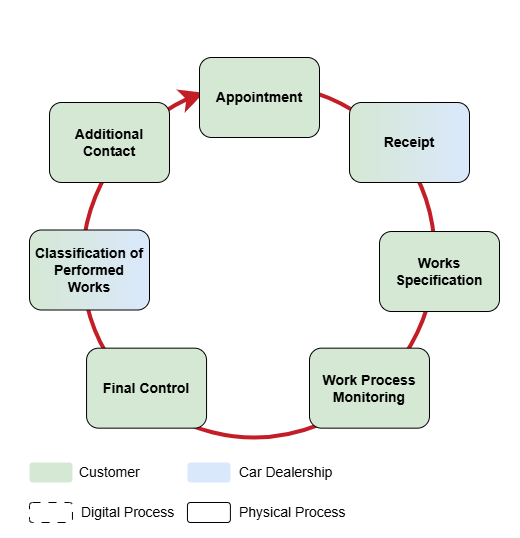
The draw.io diagram pictures/Lifecycle Aftersales previous.png in JoelRai07/Digital-Twins-and-PdM, before a commit. Source tidied: cells renumbered, new cells last; positions are measured from the earlier drawing's top-left corner, leaving out a move shared by most shapes. Its diagram source:
```xml
<mxGraphModel>
  <root>
    <mxCell id="0" />
    <mxCell id="1" parent="0" />
    <mxCell id="2" style="rounded=0;whiteSpace=wrap;html=1;strokeColor=none;" parent="1" vertex="1">
      <mxGeometry width="490" height="230" as="geometry" />
    </mxCell>
    <mxCell id="3" style="shape=mxgraph.basic.arc;html=1;startAngle=0.3;endAngle=0.1;endArrow=none;endFill=0;direction=south;rotation=-180;startSize=12;endSize=12;strokeWidth=4;strokeColor=#C31E27;" parent="1" vertex="1">
      <mxGeometry x="67.1" y="37.2" width="350" height="353.7" as="geometry" />
    </mxCell>
    <mxCell id="4" style="rounded=0;whiteSpace=wrap;html=1;strokeColor=none;" parent="1" vertex="1">
      <mxGeometry y="110" width="490" height="380" as="geometry" />
    </mxCell>
    <mxCell id="5" style="shape=mxgraph.basic.arc;html=1;startAngle=0.3;endAngle=0.1;endArrow=classic;endFill=1;direction=south;rotation=-145;startSize=12;endSize=12;strokeWidth=4;strokeColor=#C31E27;" parent="1" vertex="1">
      <mxGeometry x="57.5" y="25.7" width="365" height="375" as="geometry" />
    </mxCell>
    <mxCell id="6" value="&lt;b&gt;&lt;font style=&quot;font-size: 14px;&quot;&gt;Appointment&lt;/font&gt;&lt;/b&gt;" style="rounded=1;whiteSpace=wrap;html=1;strokeColor=default;fillColor=#d5e8d4;" parent="1" vertex="1">
      <mxGeometry x="180" y="10" width="120" height="80" as="geometry" />
    </mxCell>
    <mxCell id="7" value="&lt;b style=&quot;color: light-dark(rgb(0, 0, 0), rgb(237, 237, 237));&quot;&gt;&lt;font style=&quot;font-size: 14px;&quot;&gt;Receipt&lt;/font&gt;&lt;/b&gt;" style="rounded=1;whiteSpace=wrap;html=1;strokeColor=light-dark(#000000, #5c79a3);fillColor=#dae8fc;glass=0;shadow=0;gradientColor=light-dark(#D5E8D4,#EDEDED);gradientDirection=west;" parent="1" vertex="1">
      <mxGeometry x="330" y="55" width="120" height="80" as="geometry" />
    </mxCell>
    <mxCell id="8" value="&lt;b&gt;&lt;font style=&quot;font-size: 14px;&quot;&gt;Works &lt;br&gt;Specification&lt;/font&gt;&lt;/b&gt;" style="rounded=1;whiteSpace=wrap;html=1;strokeColor=default;fillColor=#d5e8d4;" parent="1" vertex="1">
      <mxGeometry x="360" y="184" width="120" height="80" as="geometry" />
    </mxCell>
    <mxCell id="9" value="&lt;b&gt;&lt;font style=&quot;font-size: 14px;&quot;&gt;Work Process Monitoring&lt;/font&gt;&lt;/b&gt;" style="rounded=1;whiteSpace=wrap;html=1;strokeColor=light-dark(#000000, #446e2c);fillColor=#d5e8d4;" parent="1" vertex="1">
      <mxGeometry x="290" y="300.7" width="120" height="80" as="geometry" />
    </mxCell>
    <mxCell id="10" value="&lt;b&gt;&lt;font style=&quot;font-size: 14px;&quot;&gt;Final Control&lt;/font&gt;&lt;/b&gt;" style="rounded=1;whiteSpace=wrap;html=1;strokeColor=default;fillColor=#d5e8d4;" parent="1" vertex="1">
      <mxGeometry x="67.1" y="300.7" width="120" height="80" as="geometry" />
    </mxCell>
    <mxCell id="11" value="&lt;b&gt;&lt;font style=&quot;font-size: 14px;&quot;&gt;Classification of Performed &lt;br&gt;Works&lt;/font&gt;&lt;/b&gt;" style="rounded=1;whiteSpace=wrap;html=1;strokeColor=light-dark(#000000, #5c79a3);fillColor=#dae8fc;gradientColor=#D5E8D4;gradientDirection=west;" parent="1" vertex="1">
      <mxGeometry x="10" y="182.5" width="120" height="80" as="geometry" />
    </mxCell>
    <mxCell id="12" value="&lt;b&gt;&lt;font style=&quot;font-size: 14px;&quot;&gt;Additional Contact&lt;/font&gt;&lt;/b&gt;" style="rounded=1;whiteSpace=wrap;html=1;strokeColor=light-dark(#000000, #446e2c);fillColor=#d5e8d4;" parent="1" vertex="1">
      <mxGeometry x="30" y="55" width="120" height="80" as="geometry" />
    </mxCell>
    <mxCell id="13" value="&lt;span style=&quot;color: rgb(0, 0, 0); font-family: Helvetica; font-size: 14px; font-style: normal; font-variant-ligatures: normal; font-variant-caps: normal; font-weight: 400; letter-spacing: normal; orphans: 2; text-align: center; text-indent: 0px; text-transform: none; widows: 2; word-spacing: 0px; -webkit-text-stroke-width: 0px; white-space: nowrap; text-decoration-thickness: initial; text-decoration-style: initial; text-decoration-color: initial; float: none; display: inline !important;&quot;&gt;Customer&lt;/span&gt;" style="text;whiteSpace=wrap;html=1;" parent="1" vertex="1">
      <mxGeometry x="57.9" y="410" width="70" height="30" as="geometry" />
    </mxCell>
    <mxCell id="14" value="&lt;span style=&quot;color: rgb(0, 0, 0); font-family: Helvetica; font-size: 14px; font-style: normal; font-variant-ligatures: normal; font-variant-caps: normal; font-weight: 400; letter-spacing: normal; orphans: 2; text-align: center; text-indent: 0px; text-transform: none; widows: 2; word-spacing: 0px; -webkit-text-stroke-width: 0px; white-space: nowrap; text-decoration-thickness: initial; text-decoration-style: initial; text-decoration-color: initial; float: none; display: inline !important;&quot;&gt;Car Dealership&lt;/span&gt;" style="text;whiteSpace=wrap;html=1;" parent="1" vertex="1">
      <mxGeometry x="217.9" y="410" width="100" height="30" as="geometry" />
    </mxCell>
    <mxCell id="15" style="rounded=1;whiteSpace=wrap;html=1;strokeColor=none;fillColor=#d5e8d4;" parent="1" vertex="1">
      <mxGeometry x="10" y="415" width="43" height="20" as="geometry" />
    </mxCell>
    <mxCell id="16" style="rounded=1;whiteSpace=wrap;html=1;strokeColor=none;fillColor=#dae8fc;" parent="1" vertex="1">
      <mxGeometry x="168" y="415" width="43" height="20" as="geometry" />
    </mxCell>
    <mxCell id="17" style="rounded=1;whiteSpace=wrap;html=1;strokeColor=default;fillColor=none;" parent="1" vertex="1">
      <mxGeometry x="167.9" y="455" width="43" height="20" as="geometry" />
    </mxCell>
    <mxCell id="18" style="rounded=1;whiteSpace=wrap;html=1;strokeColor=default;fillColor=none;dashed=1;dashPattern=8 8;" parent="1" vertex="1">
      <mxGeometry x="10" y="455" width="43" height="20" as="geometry" />
    </mxCell>
    <mxCell id="19" value="&lt;span style=&quot;color: rgb(0, 0, 0); font-family: Helvetica; font-size: 14px; font-style: normal; font-variant-ligatures: normal; font-variant-caps: normal; font-weight: 400; letter-spacing: normal; orphans: 2; text-align: center; text-indent: 0px; text-transform: none; widows: 2; word-spacing: 0px; -webkit-text-stroke-width: 0px; white-space: nowrap; text-decoration-thickness: initial; text-decoration-style: initial; text-decoration-color: initial; float: none; display: inline !important;&quot;&gt;Physical Process&lt;/span&gt;" style="text;whiteSpace=wrap;html=1;" parent="1" vertex="1">
      <mxGeometry x="217.9" y="450" width="100" height="30" as="geometry" />
    </mxCell>
    <mxCell id="20" value="&lt;span style=&quot;color: rgb(0, 0, 0); font-family: Helvetica; font-size: 14px; font-style: normal; font-variant-ligatures: normal; font-variant-caps: normal; font-weight: 400; letter-spacing: normal; orphans: 2; text-align: center; text-indent: 0px; text-transform: none; widows: 2; word-spacing: 0px; -webkit-text-stroke-width: 0px; white-space: nowrap; text-decoration-thickness: initial; text-decoration-style: initial; text-decoration-color: initial; float: none; display: inline !important;&quot;&gt;Digital Process&lt;/span&gt;" style="text;whiteSpace=wrap;html=1;" parent="1" vertex="1">
      <mxGeometry x="60" y="450" width="100" height="30" as="geometry" />
    </mxCell>
  </root>
</mxGraphModel>
```
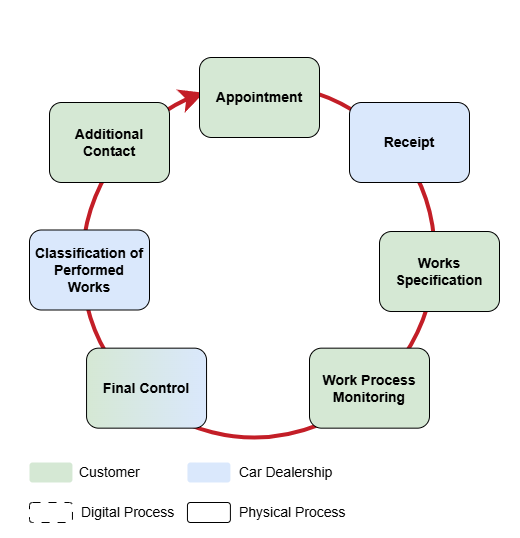
After the commit.

Diff of the diagram source:
```diff
@@ -17,7 +17,7 @@
     <mxCell id="6" value="&lt;b&gt;&lt;font style=&quot;font-size: 14px;&quot;&gt;Appointment&lt;/font&gt;&lt;/b&gt;" style="rounded=1;whiteSpace=wrap;html=1;strokeColor=default;fillColor=#d5e8d4;" parent="1" vertex="1">
       <mxGeometry x="180" y="10" width="120" height="80" as="geometry" />
     </mxCell>
-    <mxCell id="7" value="&lt;b style=&quot;color: light-dark(rgb(0, 0, 0), rgb(237, 237, 237));&quot;&gt;&lt;font style=&quot;font-size: 14px;&quot;&gt;Receipt&lt;/font&gt;&lt;/b&gt;" style="rounded=1;whiteSpace=wrap;html=1;strokeColor=light-dark(#000000, #5c79a3);fillColor=#dae8fc;glass=0;shadow=0;gradientColor=light-dark(#D5E8D4,#EDEDED);gradientDirection=west;" parent="1" vertex="1">
+    <mxCell id="7" value="&lt;b style=&quot;color: light-dark(rgb(0, 0, 0), rgb(237, 237, 237));&quot;&gt;&lt;font style=&quot;font-size: 14px;&quot;&gt;Receipt&lt;/font&gt;&lt;/b&gt;" style="rounded=1;whiteSpace=wrap;html=1;strokeColor=light-dark(#000000, #5c79a3);fillColor=#dae8fc;glass=0;shadow=0;gradientColor=none;gradientDirection=west;" parent="1" vertex="1">
       <mxGeometry x="330" y="55" width="120" height="80" as="geometry" />
     </mxCell>
     <mxCell id="8" value="&lt;b&gt;&lt;font style=&quot;font-size: 14px;&quot;&gt;Works &lt;br&gt;Specification&lt;/font&gt;&lt;/b&gt;" style="rounded=1;whiteSpace=wrap;html=1;strokeColor=default;fillColor=#d5e8d4;" parent="1" vertex="1">
@@ -26,10 +26,10 @@
     <mxCell id="9" value="&lt;b&gt;&lt;font style=&quot;font-size: 14px;&quot;&gt;Work Process Monitoring&lt;/font&gt;&lt;/b&gt;" style="rounded=1;whiteSpace=wrap;html=1;strokeColor=light-dark(#000000, #446e2c);fillColor=#d5e8d4;" parent="1" vertex="1">
       <mxGeometry x="290" y="300.7" width="120" height="80" as="geometry" />
     </mxCell>
-    <mxCell id="10" value="&lt;b&gt;&lt;font style=&quot;font-size: 14px;&quot;&gt;Final Control&lt;/font&gt;&lt;/b&gt;" style="rounded=1;whiteSpace=wrap;html=1;strokeColor=default;fillColor=#d5e8d4;" parent="1" vertex="1">
+    <mxCell id="10" value="&lt;b&gt;&lt;font style=&quot;font-size: 14px;&quot;&gt;Final Control&lt;/font&gt;&lt;/b&gt;" style="rounded=1;whiteSpace=wrap;html=1;strokeColor=#000000;fillColor=#dae8fc;gradientDirection=west;gradientColor=#D5E8D4;" parent="1" vertex="1">
       <mxGeometry x="67.1" y="300.7" width="120" height="80" as="geometry" />
     </mxCell>
-    <mxCell id="11" value="&lt;b&gt;&lt;font style=&quot;font-size: 14px;&quot;&gt;Classification of Performed &lt;br&gt;Works&lt;/font&gt;&lt;/b&gt;" style="rounded=1;whiteSpace=wrap;html=1;strokeColor=light-dark(#000000, #5c79a3);fillColor=#dae8fc;gradientColor=#D5E8D4;gradientDirection=west;" parent="1" vertex="1">
+    <mxCell id="11" value="&lt;b&gt;&lt;font style=&quot;font-size: 14px;&quot;&gt;Classification of Performed &lt;br&gt;Works&lt;/font&gt;&lt;/b&gt;" style="rounded=1;whiteSpace=wrap;html=1;strokeColor=light-dark(#000000, #5c79a3);fillColor=#dae8fc;gradientColor=none;gradientDirection=west;" parent="1" vertex="1">
       <mxGeometry x="10" y="182.5" width="120" height="80" as="geometry" />
     </mxCell>
     <mxCell id="12" value="&lt;b&gt;&lt;font style=&quot;font-size: 14px;&quot;&gt;Additional Contact&lt;/font&gt;&lt;/b&gt;" style="rounded=1;whiteSpace=wrap;html=1;strokeColor=light-dark(#000000, #446e2c);fillColor=#d5e8d4;" parent="1" vertex="1">
```
